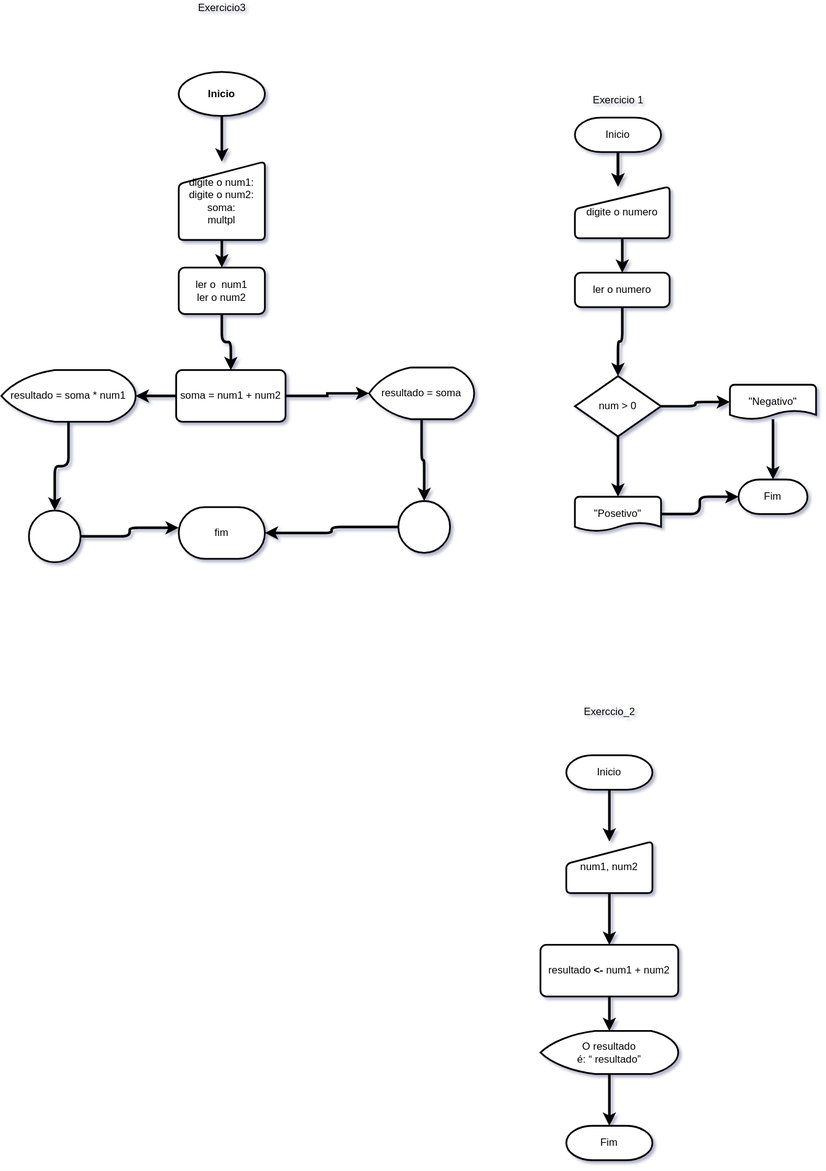
Earlier version of the draw.io export exercicios/ex008b/Untitled Diagram.drawio.svg (Enoque1844/html-css). Source tidied: cells renumbered, new cells last; positions are measured from the earlier drawing's top-left corner, leaving out a move shared by most shapes.
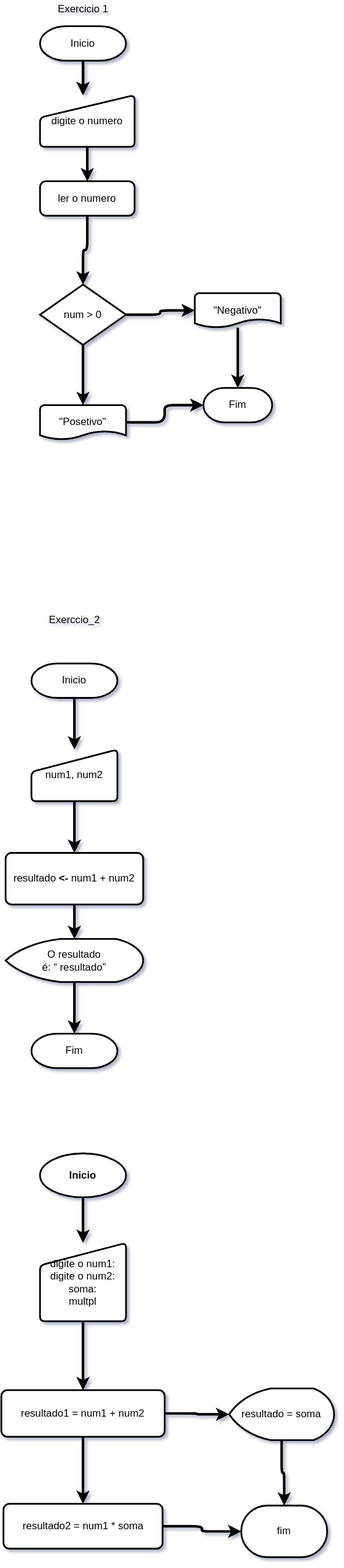
After the change.

The edit, as a diff of the source:
```diff
@@ -90,58 +90,37 @@
       <mxGeometry relative="1" as="geometry" />
     </mxCell>
     <mxCell id="29" value="digite o num1:&lt;br&gt;digite o num2:&lt;br&gt;soma:&lt;br&gt;multpl" style="html=1;strokeWidth=2;shape=manualInput;whiteSpace=wrap;rounded=1;size=26;arcSize=11;" parent="1" vertex="1">
-      <mxGeometry x="206" y="187" width="100" height="91" as="geometry" />
+      <mxGeometry x="666" y="1549" width="100" height="91" as="geometry" />
     </mxCell>
-    <mxCell id="30" style="edgeStyle=orthogonalEdgeStyle;rounded=1;jettySize=auto;html=1;strokeWidth=3;" parent="1" edge="1" source="31" target="38">
-      <mxGeometry relative="1" as="geometry" />
-    </mxCell>
+    <mxCell id="47" style="edgeStyle=orthogonalEdgeStyle;rounded=1;jettySize=auto;html=1;strokeWidth=3;" parent="1" edge="1" source="31" target="33">
+      <mxGeometry relative="1" as="geometry" />
+    </mxCell>
+    <mxCell id="48" style="edgeStyle=orthogonalEdgeStyle;rounded=1;jettySize=auto;html=1;strokeWidth=3;" parent="1" edge="1" source="31" target="51">
+      <mxGeometry relative="1" as="geometry" />
+    </mxCell>
-    <mxCell id="31" value="ler o&amp;nbsp; num1&lt;br&gt;ler o num2" style="rounded=1;whiteSpace=wrap;html=1;absoluteArcSize=1;arcSize=14;strokeWidth=2;" parent="1" vertex="1">
-      <mxGeometry x="206" y="310" width="100" height="54" as="geometry" />
+    <mxCell id="31" value="resultado1 = num1 + num2" style="rounded=1;whiteSpace=wrap;html=1;absoluteArcSize=1;arcSize=14;strokeWidth=2;" parent="1" vertex="1">
+      <mxGeometry x="621" y="1720" width="190" height="54" as="geometry" />
     </mxCell>
-    <mxCell id="32" style="edgeStyle=orthogonalEdgeStyle;rounded=1;jettySize=auto;html=1;entryX=0.5;entryY=0;entryDx=0;entryDy=0;entryPerimeter=0;strokeWidth=3;" parent="1" edge="1" source="33" target="45">
-      <mxGeometry relative="1" as="geometry" />
-    </mxCell>
+    <mxCell id="49" style="edgeStyle=orthogonalEdgeStyle;rounded=1;jettySize=auto;html=1;strokeWidth=3;" parent="1" edge="1" source="33" target="41">
+      <mxGeometry relative="1" as="geometry" />
+    </mxCell>
     <mxCell id="33" value="resultado = soma" style="strokeWidth=2;html=1;shape=mxgraph.flowchart.display;whiteSpace=wrap;" parent="1" vertex="1">
-      <mxGeometry x="427" y="426" width="122" height="60" as="geometry" />
+      <mxGeometry x="886" y="1718" width="122" height="60" as="geometry" />
     </mxCell>
-    <mxCell id="34" style="edgeStyle=orthogonalEdgeStyle;rounded=1;jettySize=auto;html=1;strokeWidth=3;entryX=0.5;entryY=0;entryDx=0;entryDy=0;entryPerimeter=0;" parent="1" edge="1" source="35" target="43">
-      <mxGeometry relative="1" as="geometry" />
-    </mxCell>
-    <mxCell id="35" value="resultado = soma * num1" style="strokeWidth=2;html=1;shape=mxgraph.flowchart.display;whiteSpace=wrap;" parent="1" vertex="1">
-      <mxGeometry y="429" width="156" height="60" as="geometry" />
-    </mxCell>
-    <mxCell id="36" style="edgeStyle=orthogonalEdgeStyle;rounded=0;jettySize=auto;html=1;entryX=0;entryY=0.5;entryDx=0;entryDy=0;entryPerimeter=0;strokeWidth=3;" parent="1" edge="1" source="38" target="33">
-      <mxGeometry relative="1" as="geometry" />
-    </mxCell>
-    <mxCell id="37" style="edgeStyle=orthogonalEdgeStyle;rounded=1;jettySize=auto;html=1;entryX=1;entryY=0.5;entryDx=0;entryDy=0;entryPerimeter=0;strokeWidth=3;" parent="1" edge="1" source="38" target="35">
-      <mxGeometry relative="1" as="geometry" />
-    </mxCell>
-    <mxCell id="38" value="soma = num1 + num2" style="rounded=1;whiteSpace=wrap;html=1;absoluteArcSize=1;arcSize=14;strokeWidth=2;" parent="1" vertex="1">
-      <mxGeometry x="203" y="429" width="127" height="60" as="geometry" />
-    </mxCell>
     <mxCell id="39" style="edgeStyle=orthogonalEdgeStyle;rounded=1;jettySize=auto;html=1;strokeWidth=3;" parent="1" edge="1" source="40" target="29">
       <mxGeometry relative="1" as="geometry" />
     </mxCell>
     <mxCell id="40" value="&lt;b&gt;Inicio&lt;/b&gt;" style="strokeWidth=2;html=1;shape=mxgraph.flowchart.start_1;whiteSpace=wrap;" parent="1" vertex="1">
-      <mxGeometry x="206" y="83" width="100" height="51" as="geometry" />
+      <mxGeometry x="666" y="1445" width="100" height="51" as="geometry" />
     </mxCell>
     <mxCell id="41" value="fim" style="strokeWidth=2;html=1;shape=mxgraph.flowchart.terminator;whiteSpace=wrap;" parent="1" vertex="1">
-      <mxGeometry x="206" y="588" width="100" height="60" as="geometry" />
+      <mxGeometry x="900" y="1854" width="100" height="60" as="geometry" />
     </mxCell>
-    <mxCell id="42" style="edgeStyle=orthogonalEdgeStyle;rounded=1;jettySize=auto;html=1;strokeWidth=3;entryX=0;entryY=0.4;entryDx=0;entryDy=0;entryPerimeter=0;" parent="1" edge="1" source="43" target="41">
-      <mxGeometry relative="1" as="geometry" />
-    </mxCell>
-    <mxCell id="43" style="verticalLabelPosition=bottom;verticalAlign=top;html=1;shape=mxgraph.flowchart.on-page_reference;strokeWidth=2;" parent="1" vertex="1">
-      <mxGeometry x="32" y="592" width="60" height="60" as="geometry" />
-    </mxCell>
-    <mxCell id="44" style="edgeStyle=orthogonalEdgeStyle;rounded=1;jettySize=auto;html=1;entryX=1;entryY=0.5;entryDx=0;entryDy=0;entryPerimeter=0;strokeWidth=3;" parent="1" edge="1" source="45" target="41">
-      <mxGeometry relative="1" as="geometry" />
-    </mxCell>
-    <mxCell id="45" style="verticalLabelPosition=bottom;verticalAlign=top;html=1;shape=mxgraph.flowchart.on-page_reference;strokeWidth=2;" parent="1" vertex="1">
-      <mxGeometry x="461" y="581" width="60" height="60" as="geometry" />
-    </mxCell>
-    <mxCell id="46" value="Exercicio3" style="text;html=1;align=center;verticalAlign=middle;strokeColor=none;fillColor=none;" parent="1" vertex="1">
-      <mxGeometry x="223.5" width="65" height="18" as="geometry" />
-    </mxCell>
+    <mxCell id="50" style="edgeStyle=orthogonalEdgeStyle;rounded=1;jettySize=auto;html=1;strokeWidth=3;" parent="1" edge="1" source="51" target="41">
+      <mxGeometry relative="1" as="geometry" />
+    </mxCell>
+    <mxCell id="51" value="resultado2 = num1 * soma" style="rounded=1;whiteSpace=wrap;html=1;absoluteArcSize=1;arcSize=14;strokeWidth=2;" parent="1" vertex="1">
+      <mxGeometry x="623.5" y="1852" width="185" height="52" as="geometry" />
+    </mxCell>
   </root>
 </mxGraphModel>
```
